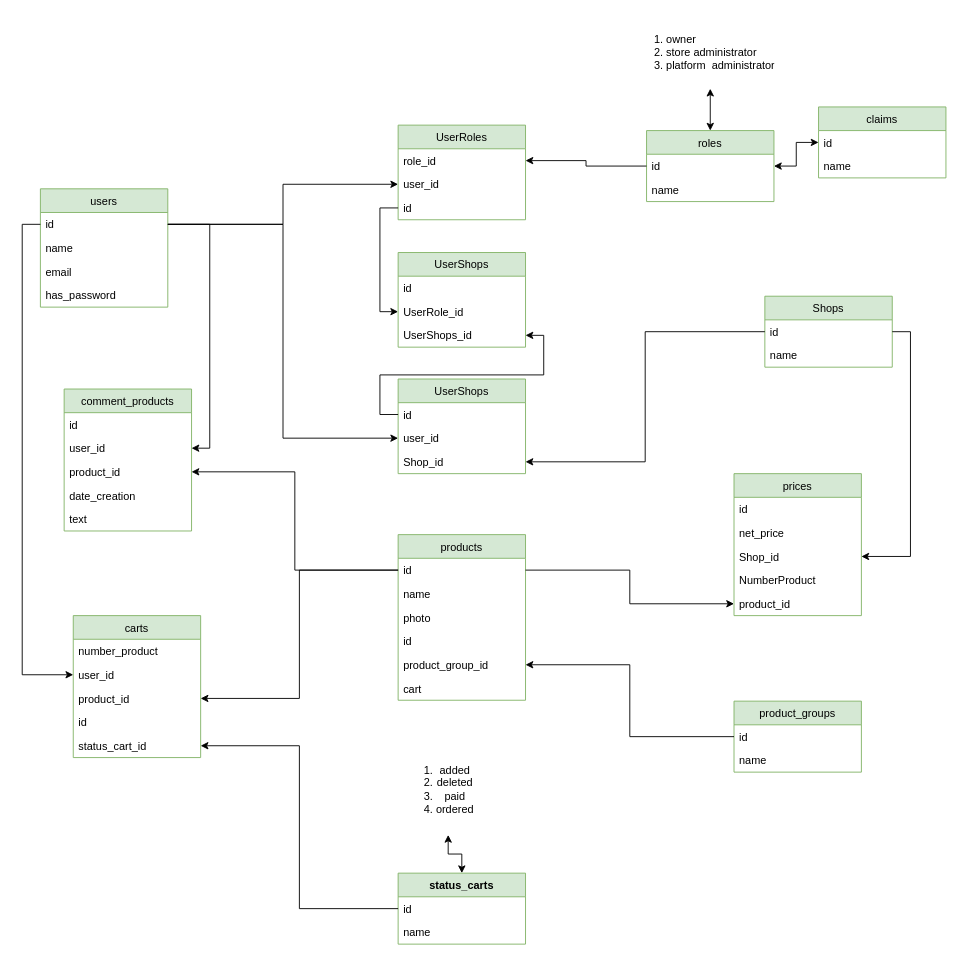
Before: RT2.drawio in MrPers/Marketplace, a draw.io diagram. Source tidied: cells renumbered, new cells numbered last; positions are measured from the earlier drawing's top-left corner, leaving out a move shared by most shapes. Both pictures are drawn from the tidied source at 91%, with x=0, y=0 at pixel (40, 15).
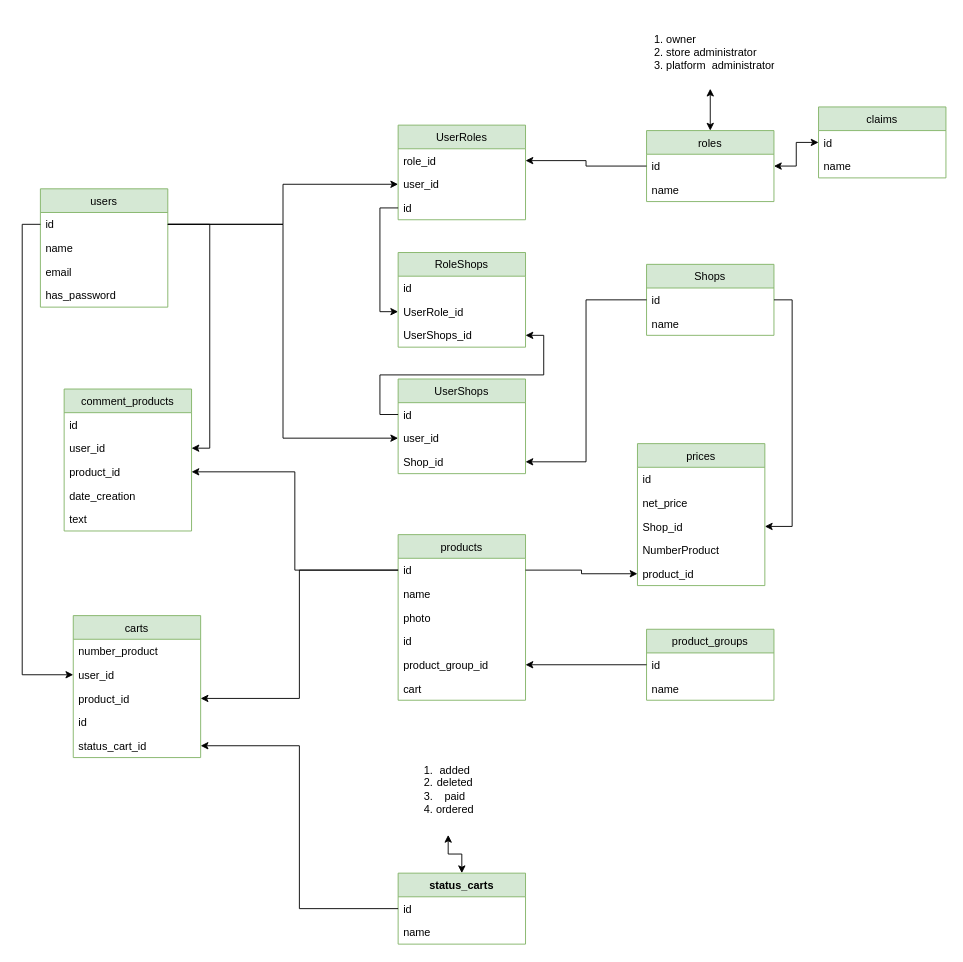
After the change.

What changed in the source:
```diff
@@
     <mxCell id="9" value="product_groups" style="swimlane;fontStyle=0;horizontal=1;startSize=26;fillColor=#d5e8d4;strokeColor=#82b366;" parent="1" vertex="1">
-      <mxGeometry x="762.1" y="753" width="140" height="78" as="geometry" />
+      <mxGeometry x="666" y="674" width="140" height="78" as="geometry" />
     </mxCell>
@@
     <mxCell id="25" value="Shops" style="swimlane;fontStyle=0;horizontal=1;startSize=26;fillColor=#d5e8d4;strokeColor=#82b366;" parent="1" vertex="1">
-      <mxGeometry x="796" y="308" width="140" height="78" as="geometry" />
+      <mxGeometry x="666" y="273" width="140" height="78" as="geometry" />
     </mxCell>
@@
     <mxCell id="39" value="prices" style="swimlane;fontStyle=0;horizontal=1;startSize=26;fillColor=#d5e8d4;strokeColor=#82b366;" parent="1" vertex="1">
-      <mxGeometry x="762.1" y="503" width="140" height="156" as="geometry" />
+      <mxGeometry x="656" y="470" width="140" height="156" as="geometry" />
     </mxCell>
@@
-    <mxCell id="73" value="UserShops" style="swimlane;fontStyle=0;horizontal=1;startSize=26;fillColor=#d5e8d4;strokeColor=#82b366;" parent="1" vertex="1">
+    <mxCell id="73" value="RoleShops" style="swimlane;fontStyle=0;horizontal=1;startSize=26;fillColor=#d5e8d4;strokeColor=#82b366;" parent="1" vertex="1">
       <mxGeometry x="393" y="260" width="140" height="104" as="geometry" />
     </mxCell>
```
